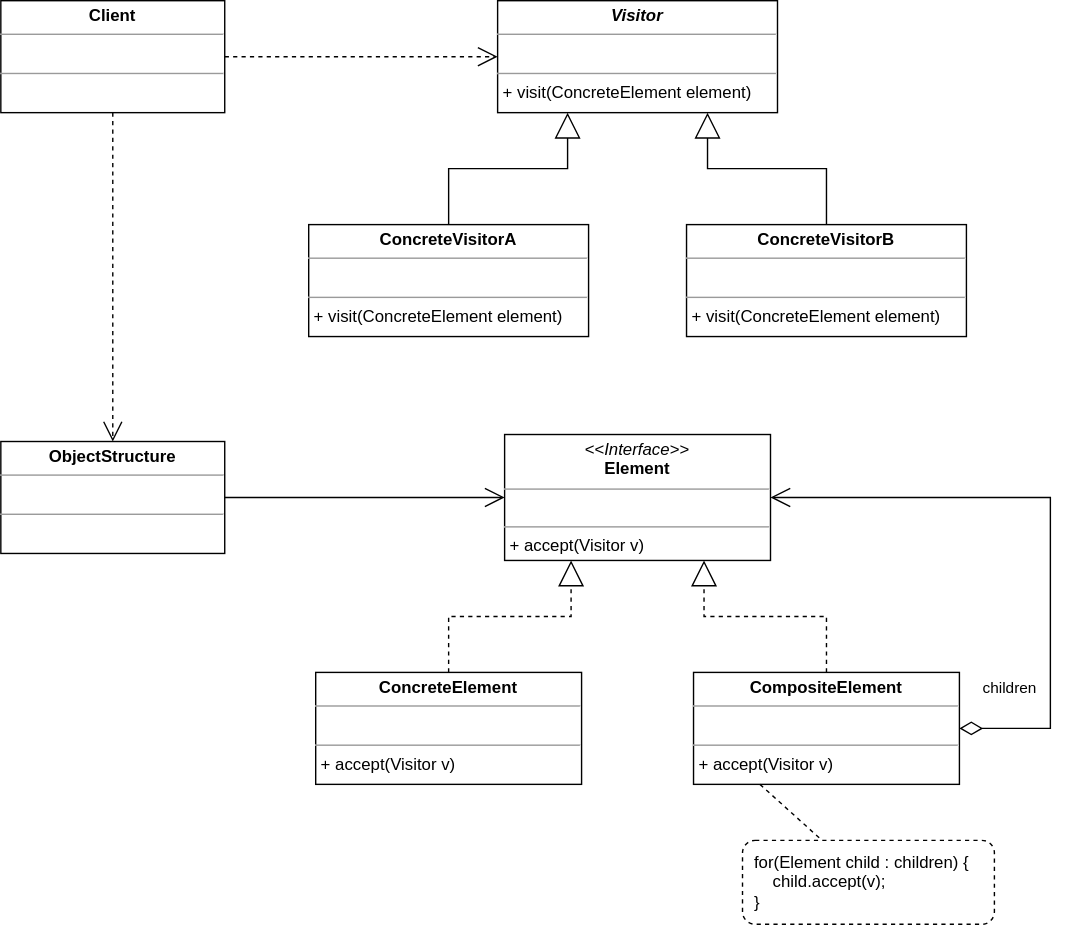
ustargaze/til keeps this draw.io diagram as 设计模式/assets/composite-visitor-pattern.svg. Above is the earlier version. Source tidied: cells renumbered, new cells last; positions are measured from the earlier drawing's top-left corner, leaving out a move shared by most shapes. Its diagram source:
```xml
<mxGraphModel>
  <root>
    <mxCell id="0" />
    <mxCell id="1" parent="0" />
    <mxCell id="2" value="&lt;p style=&quot;margin:0px;margin-top:4px;text-align:center;&quot;&gt;&lt;b&gt;&lt;i&gt;Visitor&lt;/i&gt;&lt;/b&gt;&lt;/p&gt;&lt;hr size=&quot;1&quot;&gt;&lt;p style=&quot;margin:0px;margin-left:4px;&quot;&gt;&lt;br&gt;&lt;/p&gt;&lt;hr size=&quot;1&quot;&gt;&lt;p style=&quot;margin:0px;margin-left:4px;&quot;&gt;+ visit(ConcreteElement element)&lt;/p&gt;" style="verticalAlign=top;align=left;overflow=fill;html=1;whiteSpace=wrap;" parent="1" vertex="1">
      <mxGeometry x="355" width="200" height="80" as="geometry" />
    </mxCell>
    <mxCell id="3" value="&lt;p style=&quot;margin:0px;margin-top:4px;text-align:center;&quot;&gt;&lt;b&gt;ConcreteVisitorA&lt;/b&gt;&lt;/p&gt;&lt;hr size=&quot;1&quot;&gt;&lt;p style=&quot;margin:0px;margin-left:4px;&quot;&gt;&lt;br&gt;&lt;/p&gt;&lt;hr size=&quot;1&quot;&gt;&lt;p style=&quot;border-color: var(--border-color); margin: 0px 0px 0px 4px;&quot;&gt;+ visit(ConcreteElement element)&lt;/p&gt;" style="verticalAlign=top;align=left;overflow=fill;html=1;whiteSpace=wrap;" parent="1" vertex="1">
      <mxGeometry x="220" y="160" width="200" height="80" as="geometry" />
    </mxCell>
    <mxCell id="4" value="&lt;p style=&quot;margin:0px;margin-top:4px;text-align:center;&quot;&gt;&lt;b&gt;ConcreteVisitorB&lt;/b&gt;&lt;/p&gt;&lt;hr size=&quot;1&quot;&gt;&lt;p style=&quot;margin:0px;margin-left:4px;&quot;&gt;&lt;br&gt;&lt;/p&gt;&lt;hr size=&quot;1&quot;&gt;&lt;p style=&quot;border-color: var(--border-color); margin: 0px 0px 0px 4px;&quot;&gt;+ visit(ConcreteElement element)&lt;/p&gt;" style="verticalAlign=top;align=left;overflow=fill;html=1;whiteSpace=wrap;" parent="1" vertex="1">
      <mxGeometry x="490" y="160" width="200" height="80" as="geometry" />
    </mxCell>
    <mxCell id="5" style="endArrow=block;endSize=16;endFill=0;html=1;rounded=0;entryX=0.25;entryY=1;entryDx=0;entryDy=0;exitX=0.5;exitY=0;exitDx=0;exitDy=0;edgeStyle=orthogonalEdgeStyle;" parent="1" edge="1" source="3" target="2">
      <mxGeometry relative="1" as="geometry" />
    </mxCell>
    <mxCell id="6" style="endArrow=block;endSize=16;endFill=0;html=1;rounded=0;entryX=0.75;entryY=1;entryDx=0;entryDy=0;exitX=0.5;exitY=0;exitDx=0;exitDy=0;edgeStyle=orthogonalEdgeStyle;" parent="1" edge="1" source="4" target="2">
      <mxGeometry relative="1" as="geometry" />
    </mxCell>
    <mxCell id="7" value="&lt;p style=&quot;margin:0px;margin-top:4px;text-align:center;&quot;&gt;&lt;i&gt;&amp;lt;&amp;lt;Interface&amp;gt;&amp;gt;&lt;/i&gt;&lt;br&gt;&lt;b&gt;Element&lt;/b&gt;&lt;/p&gt;&lt;hr size=&quot;1&quot;&gt;&lt;p style=&quot;margin:0px;margin-left:4px;&quot;&gt;&lt;br&gt;&lt;/p&gt;&lt;hr size=&quot;1&quot;&gt;&lt;p style=&quot;margin:0px;margin-left:4px;&quot;&gt;+ accept(Visitor v)&lt;br&gt;&lt;br&gt;&lt;/p&gt;" style="verticalAlign=top;align=left;overflow=fill;html=1;whiteSpace=wrap;" parent="1" vertex="1">
      <mxGeometry x="360" y="310" width="190" height="90" as="geometry" />
    </mxCell>
    <mxCell id="8" value="&lt;p style=&quot;margin:0px;margin-top:4px;text-align:center;&quot;&gt;&lt;b&gt;ConcreteElement&lt;/b&gt;&lt;/p&gt;&lt;hr size=&quot;1&quot;&gt;&lt;p style=&quot;margin:0px;margin-left:4px;&quot;&gt;&lt;br&gt;&lt;/p&gt;&lt;hr size=&quot;1&quot;&gt;&lt;p style=&quot;margin:0px;margin-left:4px;&quot;&gt;+ accept(Visitor v)&lt;br&gt;&lt;/p&gt;" style="verticalAlign=top;align=left;overflow=fill;html=1;whiteSpace=wrap;" parent="1" vertex="1">
      <mxGeometry x="225" y="480" width="190" height="80" as="geometry" />
    </mxCell>
    <mxCell id="9" value="&lt;p style=&quot;margin:0px;margin-top:4px;text-align:center;&quot;&gt;&lt;b&gt;CompositeElement&lt;/b&gt;&lt;/p&gt;&lt;hr size=&quot;1&quot;&gt;&lt;p style=&quot;margin:0px;margin-left:4px;&quot;&gt;&lt;br&gt;&lt;/p&gt;&lt;hr size=&quot;1&quot;&gt;&lt;p style=&quot;margin:0px;margin-left:4px;&quot;&gt;+ accept(Visitor v)&lt;br&gt;&lt;/p&gt;" style="verticalAlign=top;align=left;overflow=fill;html=1;whiteSpace=wrap;" parent="1" vertex="1">
      <mxGeometry x="495" y="480" width="190" height="80" as="geometry" />
    </mxCell>
    <mxCell id="10" style="endArrow=block;dashed=1;endFill=0;endSize=16;html=1;rounded=0;entryX=0.25;entryY=1;entryDx=0;entryDy=0;exitX=0.5;exitY=0;exitDx=0;exitDy=0;edgeStyle=orthogonalEdgeStyle;" parent="1" edge="1" source="8" target="7">
      <mxGeometry relative="1" as="geometry" />
    </mxCell>
    <mxCell id="11" style="endArrow=block;dashed=1;endFill=0;endSize=16;html=1;rounded=0;entryX=0.75;entryY=1;entryDx=0;entryDy=0;exitX=0.5;exitY=0;exitDx=0;exitDy=0;edgeStyle=orthogonalEdgeStyle;" parent="1" edge="1" source="9" target="7">
      <mxGeometry relative="1" as="geometry" />
    </mxCell>
    <mxCell id="12" value="&lt;p style=&quot;margin:0px;margin-top:4px;text-align:center;&quot;&gt;&lt;b&gt;ObjectStructure&lt;/b&gt;&lt;/p&gt;&lt;hr size=&quot;1&quot;&gt;&lt;p style=&quot;margin:0px;margin-left:4px;&quot;&gt;&lt;br&gt;&lt;/p&gt;&lt;hr size=&quot;1&quot;&gt;&lt;p style=&quot;margin:0px;margin-left:4px;&quot;&gt;&lt;br&gt;&lt;/p&gt;" style="verticalAlign=top;align=left;overflow=fill;html=1;whiteSpace=wrap;" parent="1" vertex="1">
      <mxGeometry y="315" width="160" height="80" as="geometry" />
    </mxCell>
    <mxCell id="13" style="endArrow=open;endFill=1;endSize=12;html=1;rounded=0;exitX=1;exitY=0.5;exitDx=0;exitDy=0;entryX=0;entryY=0.5;entryDx=0;entryDy=0;" parent="1" edge="1" source="12" target="7">
      <mxGeometry relative="1" as="geometry" />
    </mxCell>
    <mxCell id="14" value="&lt;p style=&quot;margin:0px;margin-top:4px;text-align:center;&quot;&gt;&lt;b&gt;Client&lt;/b&gt;&lt;/p&gt;&lt;hr size=&quot;1&quot;&gt;&lt;p style=&quot;margin:0px;margin-left:4px;&quot;&gt;&lt;br&gt;&lt;/p&gt;&lt;hr size=&quot;1&quot;&gt;&lt;p style=&quot;margin:0px;margin-left:4px;&quot;&gt;&lt;br&gt;&lt;/p&gt;" style="verticalAlign=top;align=left;overflow=fill;html=1;whiteSpace=wrap;" parent="1" vertex="1">
      <mxGeometry width="160" height="80" as="geometry" />
    </mxCell>
    <mxCell id="15" style="endArrow=open;endSize=12;dashed=1;html=1;rounded=0;entryX=0;entryY=0.5;entryDx=0;entryDy=0;exitX=1;exitY=0.5;exitDx=0;exitDy=0;" parent="1" edge="1" source="14" target="2">
      <mxGeometry relative="1" as="geometry" />
    </mxCell>
    <mxCell id="16" style="endArrow=open;endSize=12;dashed=1;html=1;rounded=0;entryX=0.5;entryY=0;entryDx=0;entryDy=0;exitX=0.5;exitY=1;exitDx=0;exitDy=0;" parent="1" edge="1" source="14" target="12">
      <mxGeometry relative="1" as="geometry" />
    </mxCell>
    <mxCell id="17" value="&amp;nbsp; for(Element child : children) {&lt;br&gt;&amp;nbsp; &amp;nbsp; &amp;nbsp; child.accept(v);&lt;br&gt;&amp;nbsp; }" style="text;html=1;align=left;verticalAlign=middle;points=[];strokeColor=default;fillColor=none;rounded=1;dashed=1;" parent="1" vertex="1">
      <mxGeometry x="530" y="600" width="180" height="60" as="geometry" />
    </mxCell>
    <mxCell id="18" style="rounded=0;jettySize=auto;html=1;exitX=0.25;exitY=1;exitDx=0;exitDy=0;endArrow=none;endFill=0;dashed=1;" parent="1" edge="1" source="9" target="17">
      <mxGeometry relative="1" as="geometry" />
    </mxCell>
    <mxCell id="19" value="children" style="endArrow=open;html=1;endSize=12;startArrow=diamondThin;startSize=14;startFill=0;edgeStyle=orthogonalEdgeStyle;align=left;verticalAlign=bottom;rounded=0;entryX=1;entryY=0.5;entryDx=0;entryDy=0;exitX=1;exitY=0.5;exitDx=0;exitDy=0;" parent="1" edge="1" source="9" target="7">
      <mxGeometry x="-0.93" y="20" relative="1" as="geometry">
        <Array as="points">
          <mxPoint x="750" y="520" />
          <mxPoint x="750" y="355" />
        </Array>
      </mxGeometry>
    </mxCell>
  </root>
</mxGraphModel>
```
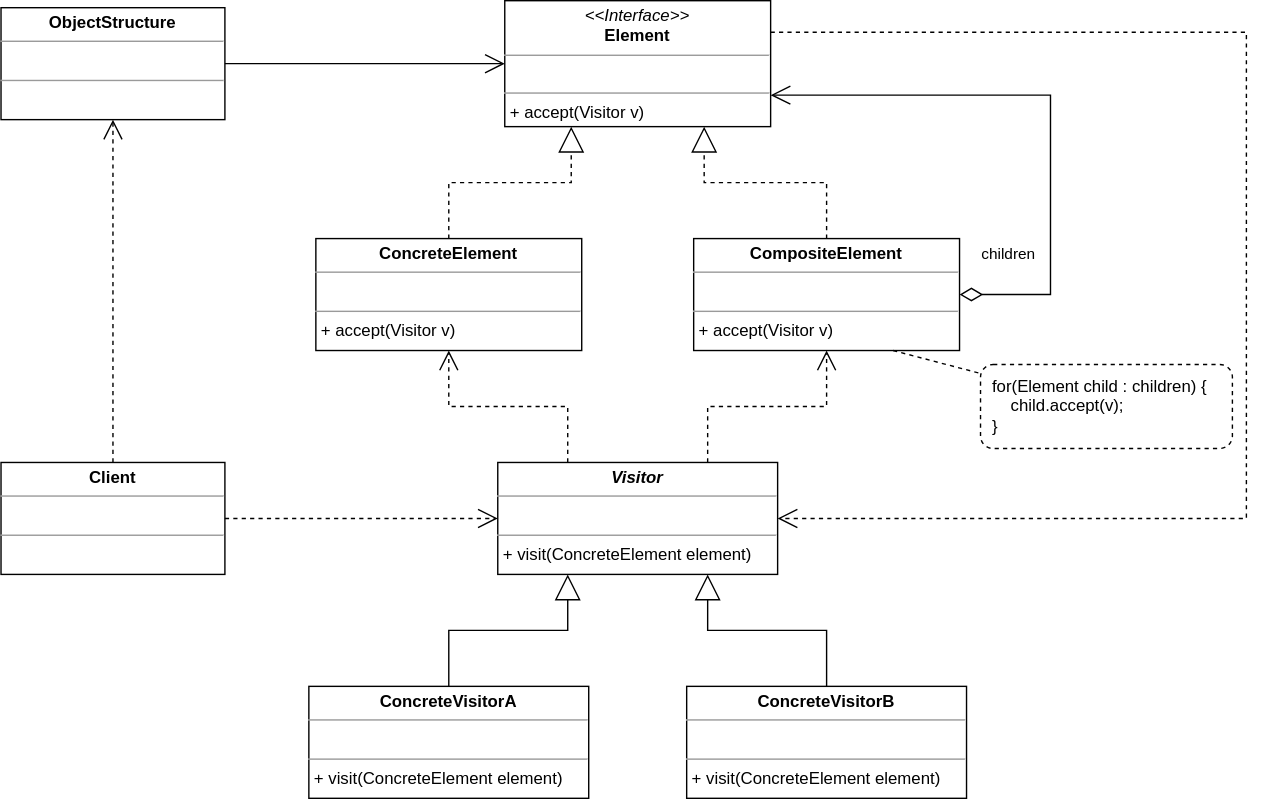
After the commit.

Commit message:
修改访问者模式的类图

Change to the diagram source:
```diff
@@ -3,13 +3,13 @@
     <mxCell id="0" />
     <mxCell id="1" parent="0" />
     <mxCell id="2" value="&lt;p style=&quot;margin:0px;margin-top:4px;text-align:center;&quot;&gt;&lt;b&gt;&lt;i&gt;Visitor&lt;/i&gt;&lt;/b&gt;&lt;/p&gt;&lt;hr size=&quot;1&quot;&gt;&lt;p style=&quot;margin:0px;margin-left:4px;&quot;&gt;&lt;br&gt;&lt;/p&gt;&lt;hr size=&quot;1&quot;&gt;&lt;p style=&quot;margin:0px;margin-left:4px;&quot;&gt;+ visit(ConcreteElement element)&lt;/p&gt;" style="verticalAlign=top;align=left;overflow=fill;html=1;whiteSpace=wrap;" parent="1" vertex="1">
-      <mxGeometry x="355" width="200" height="80" as="geometry" />
+      <mxGeometry x="355" y="640" width="200" height="80" as="geometry" />
     </mxCell>
     <mxCell id="3" value="&lt;p style=&quot;margin:0px;margin-top:4px;text-align:center;&quot;&gt;&lt;b&gt;ConcreteVisitorA&lt;/b&gt;&lt;/p&gt;&lt;hr size=&quot;1&quot;&gt;&lt;p style=&quot;margin:0px;margin-left:4px;&quot;&gt;&lt;br&gt;&lt;/p&gt;&lt;hr size=&quot;1&quot;&gt;&lt;p style=&quot;border-color: var(--border-color); margin: 0px 0px 0px 4px;&quot;&gt;+ visit(ConcreteElement element)&lt;/p&gt;" style="verticalAlign=top;align=left;overflow=fill;html=1;whiteSpace=wrap;" parent="1" vertex="1">
-      <mxGeometry x="220" y="160" width="200" height="80" as="geometry" />
+      <mxGeometry x="220" y="800" width="200" height="80" as="geometry" />
     </mxCell>
     <mxCell id="4" value="&lt;p style=&quot;margin:0px;margin-top:4px;text-align:center;&quot;&gt;&lt;b&gt;ConcreteVisitorB&lt;/b&gt;&lt;/p&gt;&lt;hr size=&quot;1&quot;&gt;&lt;p style=&quot;margin:0px;margin-left:4px;&quot;&gt;&lt;br&gt;&lt;/p&gt;&lt;hr size=&quot;1&quot;&gt;&lt;p style=&quot;border-color: var(--border-color); margin: 0px 0px 0px 4px;&quot;&gt;+ visit(ConcreteElement element)&lt;/p&gt;" style="verticalAlign=top;align=left;overflow=fill;html=1;whiteSpace=wrap;" parent="1" vertex="1">
-      <mxGeometry x="490" y="160" width="200" height="80" as="geometry" />
+      <mxGeometry x="490" y="800" width="200" height="80" as="geometry" />
     </mxCell>
     <mxCell id="5" style="endArrow=block;endSize=16;endFill=0;html=1;rounded=0;entryX=0.25;entryY=1;entryDx=0;entryDy=0;exitX=0.5;exitY=0;exitDx=0;exitDy=0;edgeStyle=orthogonalEdgeStyle;" parent="1" edge="1" source="3" target="2">
       <mxGeometry relative="1" as="geometry" />
@@ -39,27 +39,41 @@
       <mxGeometry relative="1" as="geometry" />
     </mxCell>
     <mxCell id="14" value="&lt;p style=&quot;margin:0px;margin-top:4px;text-align:center;&quot;&gt;&lt;b&gt;Client&lt;/b&gt;&lt;/p&gt;&lt;hr size=&quot;1&quot;&gt;&lt;p style=&quot;margin:0px;margin-left:4px;&quot;&gt;&lt;br&gt;&lt;/p&gt;&lt;hr size=&quot;1&quot;&gt;&lt;p style=&quot;margin:0px;margin-left:4px;&quot;&gt;&lt;br&gt;&lt;/p&gt;" style="verticalAlign=top;align=left;overflow=fill;html=1;whiteSpace=wrap;" parent="1" vertex="1">
-      <mxGeometry width="160" height="80" as="geometry" />
+      <mxGeometry y="640" width="160" height="80" as="geometry" />
     </mxCell>
     <mxCell id="15" style="endArrow=open;endSize=12;dashed=1;html=1;rounded=0;entryX=0;entryY=0.5;entryDx=0;entryDy=0;exitX=1;exitY=0.5;exitDx=0;exitDy=0;" parent="1" edge="1" source="14" target="2">
       <mxGeometry relative="1" as="geometry" />
     </mxCell>
-    <mxCell id="16" style="endArrow=open;endSize=12;dashed=1;html=1;rounded=0;entryX=0.5;entryY=0;entryDx=0;entryDy=0;exitX=0.5;exitY=1;exitDx=0;exitDy=0;" parent="1" edge="1" source="14" target="12">
+    <mxCell id="16" style="endArrow=open;endSize=12;dashed=1;html=1;rounded=0;entryX=0.5;entryY=1;entryDx=0;entryDy=0;exitX=0.5;exitY=0;exitDx=0;exitDy=0;" parent="1" edge="1" source="14" target="12">
       <mxGeometry relative="1" as="geometry" />
     </mxCell>
     <mxCell id="17" value="&amp;nbsp; for(Element child : children) {&lt;br&gt;&amp;nbsp; &amp;nbsp; &amp;nbsp; child.accept(v);&lt;br&gt;&amp;nbsp; }" style="text;html=1;align=left;verticalAlign=middle;points=[];strokeColor=default;fillColor=none;rounded=1;dashed=1;" parent="1" vertex="1">
-      <mxGeometry x="530" y="600" width="180" height="60" as="geometry" />
+      <mxGeometry x="700" y="570" width="180" height="60" as="geometry" />
     </mxCell>
-    <mxCell id="18" style="rounded=0;jettySize=auto;html=1;exitX=0.25;exitY=1;exitDx=0;exitDy=0;endArrow=none;endFill=0;dashed=1;" parent="1" edge="1" source="9" target="17">
+    <mxCell id="18" style="rounded=0;jettySize=auto;html=1;exitX=0.75;exitY=1;exitDx=0;exitDy=0;endArrow=none;endFill=0;dashed=1;" parent="1" edge="1" source="9" target="17">
       <mxGeometry relative="1" as="geometry" />
     </mxCell>
-    <mxCell id="19" value="children" style="endArrow=open;html=1;endSize=12;startArrow=diamondThin;startSize=14;startFill=0;edgeStyle=orthogonalEdgeStyle;align=left;verticalAlign=bottom;rounded=0;entryX=1;entryY=0.5;entryDx=0;entryDy=0;exitX=1;exitY=0.5;exitDx=0;exitDy=0;" parent="1" edge="1" source="9" target="7">
+    <mxCell id="19" value="children" style="endArrow=open;html=1;endSize=12;startArrow=diamondThin;startSize=14;startFill=0;edgeStyle=orthogonalEdgeStyle;align=left;verticalAlign=bottom;rounded=0;entryX=1;entryY=0.75;entryDx=0;entryDy=0;exitX=1;exitY=0.5;exitDx=0;exitDy=0;" parent="1" edge="1" source="9" target="7">
       <mxGeometry x="-0.93" y="20" relative="1" as="geometry">
         <Array as="points">
           <mxPoint x="750" y="520" />
-          <mxPoint x="750" y="355" />
+          <mxPoint x="750" y="378" />
         </Array>
       </mxGeometry>
     </mxCell>
+    <mxCell id="20" style="endArrow=open;endSize=12;dashed=1;html=1;rounded=0;entryX=0.5;entryY=1;entryDx=0;entryDy=0;exitX=0.25;exitY=0;exitDx=0;exitDy=0;edgeStyle=orthogonalEdgeStyle;" parent="1" edge="1" source="2" target="8">
+      <mxGeometry relative="1" as="geometry" />
+    </mxCell>
+    <mxCell id="21" style="endArrow=open;endSize=12;dashed=1;html=1;rounded=0;entryX=0.5;entryY=1;entryDx=0;entryDy=0;exitX=0.75;exitY=0;exitDx=0;exitDy=0;edgeStyle=orthogonalEdgeStyle;" parent="1" edge="1" source="2" target="9">
+      <mxGeometry relative="1" as="geometry" />
+    </mxCell>
+    <mxCell id="22" style="endArrow=open;endSize=12;dashed=1;html=1;rounded=0;entryX=1;entryY=0.5;entryDx=0;entryDy=0;exitX=1;exitY=0.25;exitDx=0;exitDy=0;edgeStyle=orthogonalEdgeStyle;" parent="1" edge="1" source="7" target="2">
+      <mxGeometry relative="1" as="geometry">
+        <Array as="points">
+          <mxPoint x="890" y="333" />
+          <mxPoint x="890" y="680" />
+        </Array>
+      </mxGeometry>
+    </mxCell>
   </root>
 </mxGraphModel>
```
